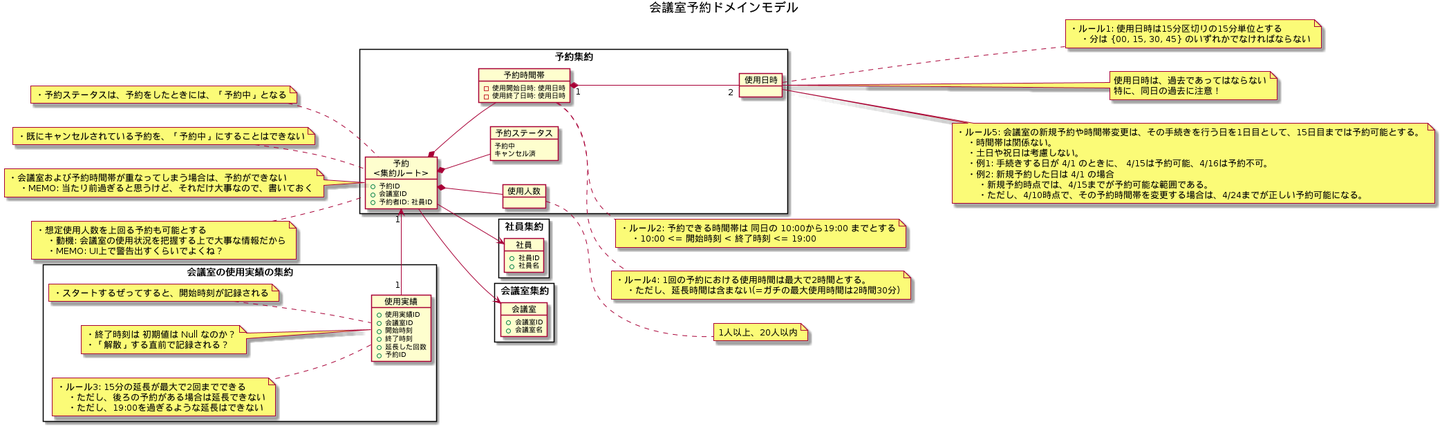
Before: diagram/ドメインモデル.png, a diagram exported from PlantUML (ModelingKai/meeting-room-python).
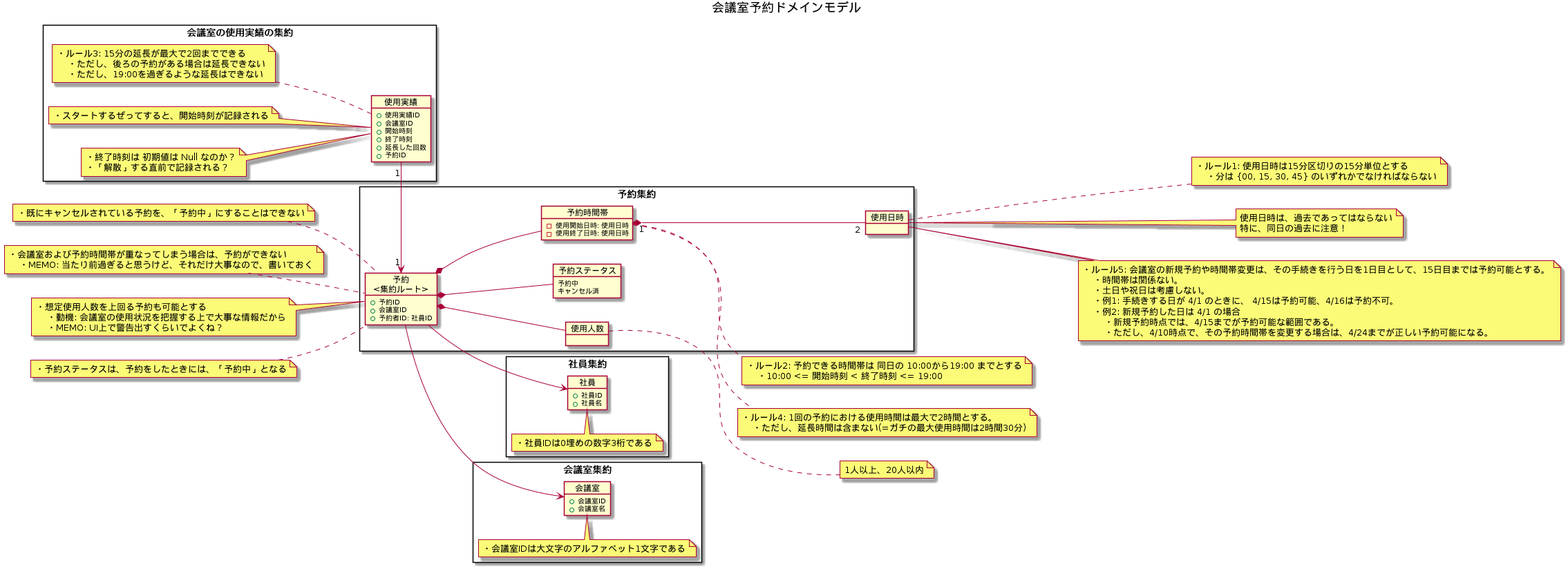
The same diagram one commit later.

Commit message:
Generate SVG and PNG images for PlantUML diagrams

Change to the diagram source:
```diff
@@ -9,6 +9,9 @@
         + 社員ID
         + 社員名
     }
+    note top of 社員
+    ・社員IDは0埋めの数字3桁である
+    end note
 }
 
 rectangle 予約集約 {
@@ -72,6 +75,10 @@
         + 会議室ID
         + 会議室名
     }
+    note top of 会議室
+    ・会議室IDは大文字のアルファベット1文字である
+    end note
+
 }
 
 
```
